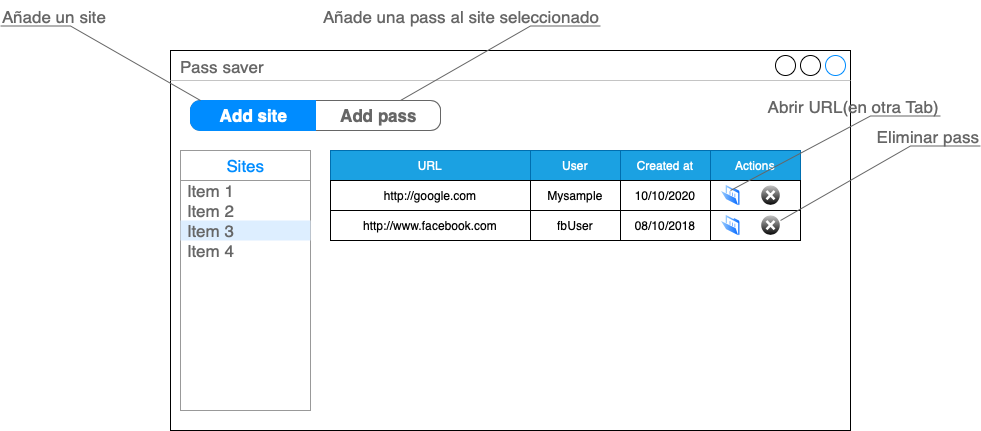
Above: img/Main_page.png in ohierro/training-daw-2020-projects (draw.io), before the change. Source tidied: cells renumbered, new cells last; positions are measured from the earlier drawing's top-left corner, leaving out a move shared by most shapes. Source of this version:
```xml
<mxGraphModel>
  <root>
    <mxCell id="0" />
    <mxCell id="1" parent="0" />
    <mxCell id="2" value="Pass saver" style="strokeWidth=1;shadow=0;dashed=0;align=center;html=1;shape=mxgraph.mockup.containers.window;align=left;verticalAlign=top;spacingLeft=8;strokeColor2=#008cff;strokeColor3=#c4c4c4;fontColor=#666666;mainText=;fontSize=17;labelBackgroundColor=none;" parent="1" vertex="1">
      <mxGeometry x="170" y="50" width="680" height="380" as="geometry" />
    </mxCell>
    <mxCell id="3" style="strokeWidth=1;shadow=0;dashed=0;align=center;html=1;shape=mxgraph.mockup.forms.rrect;rSize=0;strokeColor=#999999;fillColor=#ffffff;" parent="1" vertex="1">
      <mxGeometry x="180" y="150" width="130" height="260" as="geometry" />
    </mxCell>
    <mxCell id="4" value="Sites" style="strokeWidth=1;shadow=0;dashed=0;align=center;html=1;shape=mxgraph.mockup.forms.rrect;rSize=0;strokeColor=#999999;fontColor=#008cff;fontSize=17;fillColor=#ffffff;" parent="3" vertex="1">
      <mxGeometry width="130" height="30" relative="1" as="geometry" />
    </mxCell>
    <mxCell id="5" value="Item 1" style="strokeWidth=1;shadow=0;dashed=0;align=center;html=1;shape=mxgraph.mockup.forms.anchor;fontSize=17;fontColor=#666666;align=left;spacingLeft=5;" parent="3" vertex="1">
      <mxGeometry width="130" height="20" relative="1" as="geometry">
        <mxPoint y="30" as="offset" />
      </mxGeometry>
    </mxCell>
    <mxCell id="6" value="Item 2" style="strokeWidth=1;shadow=0;dashed=0;align=center;html=1;shape=mxgraph.mockup.forms.anchor;fontSize=17;fontColor=#666666;align=left;spacingLeft=5;" parent="3" vertex="1">
      <mxGeometry width="130" height="20" relative="1" as="geometry">
        <mxPoint y="50" as="offset" />
      </mxGeometry>
    </mxCell>
    <mxCell id="7" value="Item 3" style="strokeWidth=1;shadow=0;dashed=0;align=center;html=1;shape=mxgraph.mockup.forms.rrect;rSize=0;fontSize=17;fontColor=#666666;align=left;spacingLeft=5;fillColor=#ddeeff;strokeColor=none;" parent="3" vertex="1">
      <mxGeometry width="130" height="20" relative="1" as="geometry">
        <mxPoint y="70" as="offset" />
      </mxGeometry>
    </mxCell>
    <mxCell id="8" value="Item 4" style="strokeWidth=1;shadow=0;dashed=0;align=center;html=1;shape=mxgraph.mockup.forms.anchor;fontSize=17;fontColor=#666666;align=left;spacingLeft=5;" parent="3" vertex="1">
      <mxGeometry width="130" height="20" relative="1" as="geometry">
        <mxPoint y="90" as="offset" />
      </mxGeometry>
    </mxCell>
    <mxCell id="9" style="strokeWidth=1;shadow=0;dashed=0;align=center;html=1;shape=mxgraph.mockup.rrect;rSize=10;fillColor=#ffffff;strokeColor=#666666;" parent="1" vertex="1">
      <mxGeometry x="190" y="100" width="250" height="30" as="geometry" />
    </mxCell>
    <mxCell id="10" value="Add pass" style="strokeColor=inherit;fillColor=inherit;gradientColor=inherit;strokeWidth=1;shadow=0;dashed=0;align=center;html=1;shape=mxgraph.mockup.rightButton;rSize=10;fontSize=17;fontColor=#666666;fontStyle=1;" parent="9" vertex="1">
      <mxGeometry x="1" width="125" height="30" relative="1" as="geometry">
        <mxPoint x="-125" as="offset" />
      </mxGeometry>
    </mxCell>
    <mxCell id="11" value="Add site" style="strokeWidth=1;shadow=0;dashed=0;align=center;html=1;shape=mxgraph.mockup.leftButton;rSize=10;fontSize=17;fontColor=#ffffff;fontStyle=1;fillColor=#008cff;strokeColor=#008cff;" parent="9" vertex="1">
      <mxGeometry width="125" height="30" relative="1" as="geometry" />
    </mxCell>
    <mxCell id="12" value="URL" style="rounded=0;whiteSpace=wrap;html=1;fillColor=#1ba1e2;strokeColor=#006EAF;fontColor=#ffffff;" parent="1" vertex="1">
      <mxGeometry x="330" y="150" width="200" height="30" as="geometry" />
    </mxCell>
    <mxCell id="13" value="User" style="rounded=0;whiteSpace=wrap;html=1;fillColor=#1ba1e2;strokeColor=#006EAF;fontColor=#ffffff;" parent="1" vertex="1">
      <mxGeometry x="530" y="150" width="90" height="30" as="geometry" />
    </mxCell>
    <mxCell id="14" value="Actions" style="rounded=0;whiteSpace=wrap;html=1;fillColor=#1ba1e2;strokeColor=#006EAF;fontColor=#ffffff;" parent="1" vertex="1">
      <mxGeometry x="710" y="150" width="90" height="30" as="geometry" />
    </mxCell>
    <mxCell id="15" value="Created at" style="rounded=0;whiteSpace=wrap;html=1;fillColor=#1ba1e2;strokeColor=#006EAF;fontColor=#ffffff;" parent="1" vertex="1">
      <mxGeometry x="620" y="150" width="90" height="30" as="geometry" />
    </mxCell>
    <mxCell id="16" value="http://google.com" style="rounded=0;whiteSpace=wrap;html=1;" parent="1" vertex="1">
      <mxGeometry x="330" y="180" width="200" height="30" as="geometry" />
    </mxCell>
    <mxCell id="17" value="Mysample" style="rounded=0;whiteSpace=wrap;html=1;" parent="1" vertex="1">
      <mxGeometry x="530" y="180" width="90" height="30" as="geometry" />
    </mxCell>
    <mxCell id="18" style="rounded=0;whiteSpace=wrap;html=1;" parent="1" vertex="1">
      <mxGeometry x="710" y="180" width="90" height="30" as="geometry" />
    </mxCell>
    <mxCell id="19" value="10/10/2020" style="rounded=0;whiteSpace=wrap;html=1;" parent="1" vertex="1">
      <mxGeometry x="620" y="180" width="90" height="30" as="geometry" />
    </mxCell>
    <mxCell id="20" value="http://www.facebook.com" style="rounded=0;whiteSpace=wrap;html=1;" parent="1" vertex="1">
      <mxGeometry x="330" y="210" width="200" height="30" as="geometry" />
    </mxCell>
    <mxCell id="21" value="fbUser" style="rounded=0;whiteSpace=wrap;html=1;" parent="1" vertex="1">
      <mxGeometry x="530" y="210" width="90" height="30" as="geometry" />
    </mxCell>
    <mxCell id="22" value="&lt;span style=&quot;color: rgba(0 , 0 , 0 , 0) ; font-family: monospace ; font-size: 0px&quot;&gt;%3CmxGraphModel%3E%3Croot%3E%3CmxCell%20id%3D%220%22%2F%3E%3CmxCell%20id%3D%221%22%20parent%3D%220%22%2F%3E%3CmxCell%20id%3D%222%22%20value%3D%22%22%20style%3D%22verticalLabelPosition%3Dbottom%3BverticalAlign%3Dtop%3Bhtml%3D1%3Bshadow%3D0%3Bdashed%3D0%3BstrokeWidth%3D1%3Bshape%3Dmxgraph.ios.iDeleteApp%3BfillColor%3D%23cccccc%3BfillColor2%3D%23000000%3BstrokeColor%3D%23ffffff%3B%22%20vertex%3D%221%22%20parent%3D%221%22%3E%3CmxGeometry%20x%3D%22660%22%20y%3D%22194.13%22%20width%3D%2220%22%20height%3D%2221%22%20as%3D%22geometry%22%2F%3E%3C%2FmxCell%3E%3CmxCell%20id%3D%223%22%20value%3D%22%22%20style%3D%22aspect%3Dfixed%3Bperimeter%3DellipsePerimeter%3Bhtml%3D1%3Balign%3Dcenter%3Bshadow%3D0%3Bdashed%3D0%3BspacingTop%3D3%3Bimage%3Bimage%3Dimg%2Flib%2Factive_directory%2Ffolder_open.svg%3B%22%20vertex%3D%221%22%20parent%3D%221%22%3E%3CmxGeometry%20x%3D%22620%22%20y%3D%22194.13%22%20width%3D%2220%22%20height%3D%2221.74%22%20as%3D%22geometry%22%2F%3E%3C%2FmxCell%3E%3C%2Froot%3E%3C%2FmxGraphModel%3E&lt;/span&gt;" style="rounded=0;whiteSpace=wrap;html=1;" parent="1" vertex="1">
      <mxGeometry x="710" y="210" width="90" height="30" as="geometry" />
    </mxCell>
    <mxCell id="23" value="08/10/2018" style="rounded=0;whiteSpace=wrap;html=1;" parent="1" vertex="1">
      <mxGeometry x="620" y="210" width="90" height="30" as="geometry" />
    </mxCell>
    <mxCell id="24" style="verticalLabelPosition=bottom;verticalAlign=top;html=1;shadow=0;dashed=0;strokeWidth=1;shape=mxgraph.ios.iDeleteApp;fillColor=#cccccc;fillColor2=#000000;strokeColor=#ffffff;" parent="1" vertex="1">
      <mxGeometry x="760" y="184.1" width="20" height="21" as="geometry" />
    </mxCell>
    <mxCell id="25" style="perimeter=ellipsePerimeter;html=1;align=center;shadow=0;dashed=0;spacingTop=3;image;image=img/lib/active_directory/folder_open.svg;" parent="1" vertex="1">
      <mxGeometry x="720" y="184.1" width="20" height="21.7" as="geometry" />
    </mxCell>
    <mxCell id="26" style="verticalLabelPosition=bottom;verticalAlign=top;html=1;shadow=0;dashed=0;strokeWidth=1;shape=mxgraph.ios.iDeleteApp;fillColor=#cccccc;fillColor2=#000000;strokeColor=#ffffff;" parent="1" vertex="1">
      <mxGeometry x="760" y="214.1" width="20" height="21" as="geometry" />
    </mxCell>
    <mxCell id="27" style="perimeter=ellipsePerimeter;html=1;align=center;shadow=0;dashed=0;spacingTop=3;image;image=img/lib/active_directory/folder_open.svg;" parent="1" vertex="1">
      <mxGeometry x="720" y="214.1" width="20" height="21.7" as="geometry" />
    </mxCell>
    <mxCell id="28" value="Abrir URL(en otra Tab)" style="strokeWidth=1;shadow=0;dashed=0;align=center;html=1;shape=mxgraph.mockup.text.callout;linkText=;textSize=17;textColor=#666666;callDir=NE;callStyle=line;fontSize=17;fontColor=#666666;align=right;verticalAlign=top;strokeColor=#666666;" parent="1" vertex="1">
      <mxGeometry x="730" y="90" width="210" height="100" as="geometry" />
    </mxCell>
    <mxCell id="29" value="Eliminar pass" style="strokeWidth=1;shadow=0;dashed=0;align=center;html=1;shape=mxgraph.mockup.text.callout;linkText=;textSize=17;textColor=#666666;callDir=NE;callStyle=line;fontSize=17;fontColor=#666666;align=right;verticalAlign=top;strokeColor=#666666;" parent="1" vertex="1">
      <mxGeometry x="780" y="120" width="200" height="100" as="geometry" />
    </mxCell>
    <mxCell id="30" value="Añade un site" style="strokeWidth=1;shadow=0;dashed=0;align=center;html=1;shape=mxgraph.mockup.text.callout;linkText=;textSize=17;textColor=#666666;callDir=NW;callStyle=line;fontSize=17;fontColor=#666666;align=left;verticalAlign=top;strokeColor=#666666;" parent="1" vertex="1">
      <mxGeometry width="200" height="100" as="geometry" />
    </mxCell>
    <mxCell id="31" value="Añade una pass al site seleccionado" style="strokeWidth=1;shadow=0;dashed=0;align=center;html=1;shape=mxgraph.mockup.text.callout;linkText=;textSize=17;textColor=#666666;callDir=NE;callStyle=line;fontSize=17;fontColor=#666666;align=right;verticalAlign=top;strokeColor=#666666;" parent="1" vertex="1">
      <mxGeometry x="400" width="200" height="100" as="geometry" />
    </mxCell>
  </root>
</mxGraphModel>
```
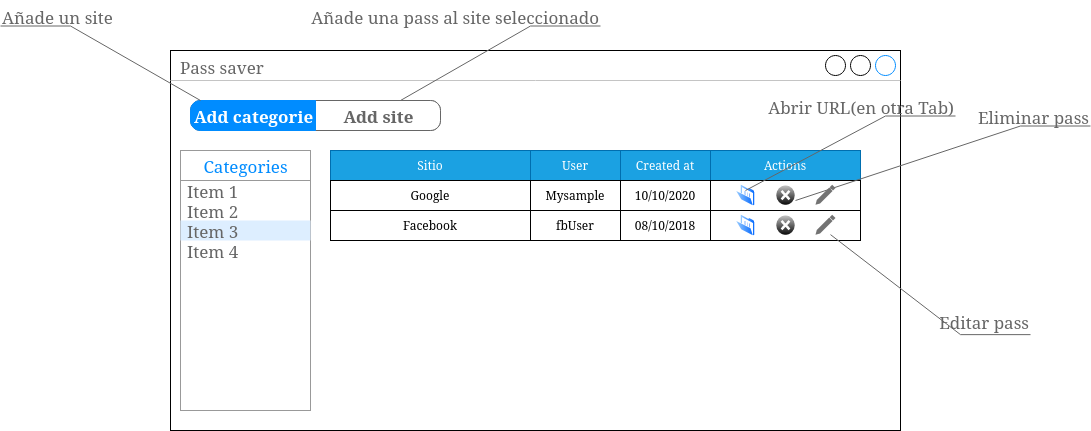
After the change.

What changed in the source:
```diff
@@ -3,12 +3,12 @@
     <mxCell id="0" />
     <mxCell id="1" parent="0" />
     <mxCell id="2" value="Pass saver" style="strokeWidth=1;shadow=0;dashed=0;align=center;html=1;shape=mxgraph.mockup.containers.window;align=left;verticalAlign=top;spacingLeft=8;strokeColor2=#008cff;strokeColor3=#c4c4c4;fontColor=#666666;mainText=;fontSize=17;labelBackgroundColor=none;" parent="1" vertex="1">
-      <mxGeometry x="170" y="50" width="680" height="380" as="geometry" />
+      <mxGeometry x="170" y="50" width="730" height="380" as="geometry" />
     </mxCell>
     <mxCell id="3" style="strokeWidth=1;shadow=0;dashed=0;align=center;html=1;shape=mxgraph.mockup.forms.rrect;rSize=0;strokeColor=#999999;fillColor=#ffffff;" parent="1" vertex="1">
       <mxGeometry x="180" y="150" width="130" height="260" as="geometry" />
     </mxCell>
-    <mxCell id="4" value="Sites" style="strokeWidth=1;shadow=0;dashed=0;align=center;html=1;shape=mxgraph.mockup.forms.rrect;rSize=0;strokeColor=#999999;fontColor=#008cff;fontSize=17;fillColor=#ffffff;" parent="3" vertex="1">
+    <mxCell id="4" value="Categories" style="strokeWidth=1;shadow=0;dashed=0;align=center;html=1;shape=mxgraph.mockup.forms.rrect;rSize=0;strokeColor=#999999;fontColor=#008cff;fontSize=17;fillColor=#ffffff;" parent="3" vertex="1">
       <mxGeometry width="130" height="30" relative="1" as="geometry" />
     </mxCell>
     <mxCell id="5" value="Item 1" style="strokeWidth=1;shadow=0;dashed=0;align=center;html=1;shape=mxgraph.mockup.forms.anchor;fontSize=17;fontColor=#666666;align=left;spacingLeft=5;" parent="3" vertex="1">
@@ -34,67 +34,67 @@
     <mxCell id="9" style="strokeWidth=1;shadow=0;dashed=0;align=center;html=1;shape=mxgraph.mockup.rrect;rSize=10;fillColor=#ffffff;strokeColor=#666666;" parent="1" vertex="1">
       <mxGeometry x="190" y="100" width="250" height="30" as="geometry" />
     </mxCell>
-    <mxCell id="10" value="Add pass" style="strokeColor=inherit;fillColor=inherit;gradientColor=inherit;strokeWidth=1;shadow=0;dashed=0;align=center;html=1;shape=mxgraph.mockup.rightButton;rSize=10;fontSize=17;fontColor=#666666;fontStyle=1;" parent="9" vertex="1">
+    <mxCell id="10" value="Add site" style="strokeColor=inherit;fillColor=inherit;gradientColor=inherit;strokeWidth=1;shadow=0;dashed=0;align=center;html=1;shape=mxgraph.mockup.rightButton;rSize=10;fontSize=17;fontColor=#666666;fontStyle=1;" parent="9" vertex="1">
       <mxGeometry x="1" width="125" height="30" relative="1" as="geometry">
         <mxPoint x="-125" as="offset" />
       </mxGeometry>
     </mxCell>
-    <mxCell id="11" value="Add site" style="strokeWidth=1;shadow=0;dashed=0;align=center;html=1;shape=mxgraph.mockup.leftButton;rSize=10;fontSize=17;fontColor=#ffffff;fontStyle=1;fillColor=#008cff;strokeColor=#008cff;" parent="9" vertex="1">
+    <mxCell id="11" value="Add categorie" style="strokeWidth=1;shadow=0;dashed=0;align=center;html=1;shape=mxgraph.mockup.leftButton;rSize=10;fontSize=17;fontColor=#ffffff;fontStyle=1;fillColor=#008cff;strokeColor=#008cff;" parent="9" vertex="1">
       <mxGeometry width="125" height="30" relative="1" as="geometry" />
     </mxCell>
-    <mxCell id="12" value="URL" style="rounded=0;whiteSpace=wrap;html=1;fillColor=#1ba1e2;strokeColor=#006EAF;fontColor=#ffffff;" parent="1" vertex="1">
+    <mxCell id="12" value="Sitio" style="rounded=0;whiteSpace=wrap;html=1;fillColor=#1ba1e2;strokeColor=#006EAF;fontColor=#ffffff;" parent="1" vertex="1">
       <mxGeometry x="330" y="150" width="200" height="30" as="geometry" />
     </mxCell>
     <mxCell id="13" value="User" style="rounded=0;whiteSpace=wrap;html=1;fillColor=#1ba1e2;strokeColor=#006EAF;fontColor=#ffffff;" parent="1" vertex="1">
       <mxGeometry x="530" y="150" width="90" height="30" as="geometry" />
     </mxCell>
     <mxCell id="14" value="Actions" style="rounded=0;whiteSpace=wrap;html=1;fillColor=#1ba1e2;strokeColor=#006EAF;fontColor=#ffffff;" parent="1" vertex="1">
-      <mxGeometry x="710" y="150" width="90" height="30" as="geometry" />
+      <mxGeometry x="710" y="150" width="150" height="30" as="geometry" />
     </mxCell>
     <mxCell id="15" value="Created at" style="rounded=0;whiteSpace=wrap;html=1;fillColor=#1ba1e2;strokeColor=#006EAF;fontColor=#ffffff;" parent="1" vertex="1">
       <mxGeometry x="620" y="150" width="90" height="30" as="geometry" />
     </mxCell>
-    <mxCell id="16" value="http://google.com" style="rounded=0;whiteSpace=wrap;html=1;" parent="1" vertex="1">
+    <mxCell id="16" value="Google" style="rounded=0;whiteSpace=wrap;html=1;" parent="1" vertex="1">
       <mxGeometry x="330" y="180" width="200" height="30" as="geometry" />
     </mxCell>
     <mxCell id="17" value="Mysample" style="rounded=0;whiteSpace=wrap;html=1;" parent="1" vertex="1">
       <mxGeometry x="530" y="180" width="90" height="30" as="geometry" />
     </mxCell>
     <mxCell id="18" style="rounded=0;whiteSpace=wrap;html=1;" parent="1" vertex="1">
-      <mxGeometry x="710" y="180" width="90" height="30" as="geometry" />
+      <mxGeometry x="710" y="180" width="150" height="30" as="geometry" />
     </mxCell>
     <mxCell id="19" value="10/10/2020" style="rounded=0;whiteSpace=wrap;html=1;" parent="1" vertex="1">
       <mxGeometry x="620" y="180" width="90" height="30" as="geometry" />
     </mxCell>
-    <mxCell id="20" value="http://www.facebook.com" style="rounded=0;whiteSpace=wrap;html=1;" parent="1" vertex="1">
+    <mxCell id="20" value="Facebook" style="rounded=0;whiteSpace=wrap;html=1;" parent="1" vertex="1">
       <mxGeometry x="330" y="210" width="200" height="30" as="geometry" />
     </mxCell>
     <mxCell id="21" value="fbUser" style="rounded=0;whiteSpace=wrap;html=1;" parent="1" vertex="1">
       <mxGeometry x="530" y="210" width="90" height="30" as="geometry" />
     </mxCell>
     <mxCell id="22" value="&lt;span style=&quot;color: rgba(0 , 0 , 0 , 0) ; font-family: monospace ; font-size: 0px&quot;&gt;%3CmxGraphModel%3E%3Croot%3E%3CmxCell%20id%3D%220%22%2F%3E%3CmxCell%20id%3D%221%22%20parent%3D%220%22%2F%3E%3CmxCell%20id%3D%222%22%20value%3D%22%22%20style%3D%22verticalLabelPosition%3Dbottom%3BverticalAlign%3Dtop%3Bhtml%3D1%3Bshadow%3D0%3Bdashed%3D0%3BstrokeWidth%3D1%3Bshape%3Dmxgraph.ios.iDeleteApp%3BfillColor%3D%23cccccc%3BfillColor2%3D%23000000%3BstrokeColor%3D%23ffffff%3B%22%20vertex%3D%221%22%20parent%3D%221%22%3E%3CmxGeometry%20x%3D%22660%22%20y%3D%22194.13%22%20width%3D%2220%22%20height%3D%2221%22%20as%3D%22geometry%22%2F%3E%3C%2FmxCell%3E%3CmxCell%20id%3D%223%22%20value%3D%22%22%20style%3D%22aspect%3Dfixed%3Bperimeter%3DellipsePerimeter%3Bhtml%3D1%3Balign%3Dcenter%3Bshadow%3D0%3Bdashed%3D0%3BspacingTop%3D3%3Bimage%3Bimage%3Dimg%2Flib%2Factive_directory%2Ffolder_open.svg%3B%22%20vertex%3D%221%22%20parent%3D%221%22%3E%3CmxGeometry%20x%3D%22620%22%20y%3D%22194.13%22%20width%3D%2220%22%20height%3D%2221.74%22%20as%3D%22geometry%22%2F%3E%3C%2FmxCell%3E%3C%2Froot%3E%3C%2FmxGraphModel%3E&lt;/span&gt;" style="rounded=0;whiteSpace=wrap;html=1;" parent="1" vertex="1">
-      <mxGeometry x="710" y="210" width="90" height="30" as="geometry" />
+      <mxGeometry x="710" y="210" width="150" height="30" as="geometry" />
     </mxCell>
     <mxCell id="23" value="08/10/2018" style="rounded=0;whiteSpace=wrap;html=1;" parent="1" vertex="1">
       <mxGeometry x="620" y="210" width="90" height="30" as="geometry" />
     </mxCell>
     <mxCell id="24" style="verticalLabelPosition=bottom;verticalAlign=top;html=1;shadow=0;dashed=0;strokeWidth=1;shape=mxgraph.ios.iDeleteApp;fillColor=#cccccc;fillColor2=#000000;strokeColor=#ffffff;" parent="1" vertex="1">
-      <mxGeometry x="760" y="184.1" width="20" height="21" as="geometry" />
+      <mxGeometry x="775" y="184.1" width="20" height="21" as="geometry" />
     </mxCell>
     <mxCell id="25" style="perimeter=ellipsePerimeter;html=1;align=center;shadow=0;dashed=0;spacingTop=3;image;image=img/lib/active_directory/folder_open.svg;" parent="1" vertex="1">
-      <mxGeometry x="720" y="184.1" width="20" height="21.7" as="geometry" />
+      <mxGeometry x="735" y="184.1" width="20" height="21.7" as="geometry" />
     </mxCell>
     <mxCell id="26" style="verticalLabelPosition=bottom;verticalAlign=top;html=1;shadow=0;dashed=0;strokeWidth=1;shape=mxgraph.ios.iDeleteApp;fillColor=#cccccc;fillColor2=#000000;strokeColor=#ffffff;" parent="1" vertex="1">
-      <mxGeometry x="760" y="214.1" width="20" height="21" as="geometry" />
+      <mxGeometry x="775" y="214.1" width="20" height="21" as="geometry" />
     </mxCell>
     <mxCell id="27" style="perimeter=ellipsePerimeter;html=1;align=center;shadow=0;dashed=0;spacingTop=3;image;image=img/lib/active_directory/folder_open.svg;" parent="1" vertex="1">
-      <mxGeometry x="720" y="214.1" width="20" height="21.7" as="geometry" />
+      <mxGeometry x="735" y="214.1" width="20" height="21.7" as="geometry" />
     </mxCell>
     <mxCell id="28" value="Abrir URL(en otra Tab)" style="strokeWidth=1;shadow=0;dashed=0;align=center;html=1;shape=mxgraph.mockup.text.callout;linkText=;textSize=17;textColor=#666666;callDir=NE;callStyle=line;fontSize=17;fontColor=#666666;align=right;verticalAlign=top;strokeColor=#666666;" parent="1" vertex="1">
-      <mxGeometry x="730" y="90" width="210" height="100" as="geometry" />
+      <mxGeometry x="745" y="90" width="210" height="100" as="geometry" />
     </mxCell>
     <mxCell id="29" value="Eliminar pass" style="strokeWidth=1;shadow=0;dashed=0;align=center;html=1;shape=mxgraph.mockup.text.callout;linkText=;textSize=17;textColor=#666666;callDir=NE;callStyle=line;fontSize=17;fontColor=#666666;align=right;verticalAlign=top;strokeColor=#666666;" parent="1" vertex="1">
-      <mxGeometry x="780" y="120" width="200" height="100" as="geometry" />
+      <mxGeometry x="795" y="100" width="295" height="100" as="geometry" />
     </mxCell>
     <mxCell id="30" value="Añade un site" style="strokeWidth=1;shadow=0;dashed=0;align=center;html=1;shape=mxgraph.mockup.text.callout;linkText=;textSize=17;textColor=#666666;callDir=NW;callStyle=line;fontSize=17;fontColor=#666666;align=left;verticalAlign=top;strokeColor=#666666;" parent="1" vertex="1">
       <mxGeometry width="200" height="100" as="geometry" />
@@ -102,5 +102,14 @@
     <mxCell id="31" value="Añade una pass al site seleccionado" style="strokeWidth=1;shadow=0;dashed=0;align=center;html=1;shape=mxgraph.mockup.text.callout;linkText=;textSize=17;textColor=#666666;callDir=NE;callStyle=line;fontSize=17;fontColor=#666666;align=right;verticalAlign=top;strokeColor=#666666;" parent="1" vertex="1">
       <mxGeometry x="400" width="200" height="100" as="geometry" />
     </mxCell>
+    <mxCell id="32" style="dashed=0;verticalLabelPosition=bottom;verticalAlign=top;align=center;shape=mxgraph.gmdl.edit;strokeColor=none;fillColor=#737373;shadow=0;" parent="1" vertex="1">
+      <mxGeometry x="815" y="184.1" width="20" height="20" as="geometry" />
+    </mxCell>
+    <mxCell id="33" value="Editar pass" style="strokeWidth=1;shadow=0;dashed=0;align=center;html=1;shape=mxgraph.mockup.text.callout;linkText=;textSize=17;textColor=#666666;callDir=SE;callStyle=line;fontSize=17;fontColor=#666666;align=right;verticalAlign=bottom;strokeColor=#666666;" parent="1" vertex="1">
+      <mxGeometry x="830" y="234.1" width="200" height="100" as="geometry" />
+    </mxCell>
+    <mxCell id="34" style="dashed=0;verticalLabelPosition=bottom;verticalAlign=top;align=center;shape=mxgraph.gmdl.edit;strokeColor=none;fillColor=#737373;shadow=0;" parent="1" vertex="1">
+      <mxGeometry x="815" y="214.1" width="20" height="20" as="geometry" />
+    </mxCell>
   </root>
 </mxGraphModel>
```
